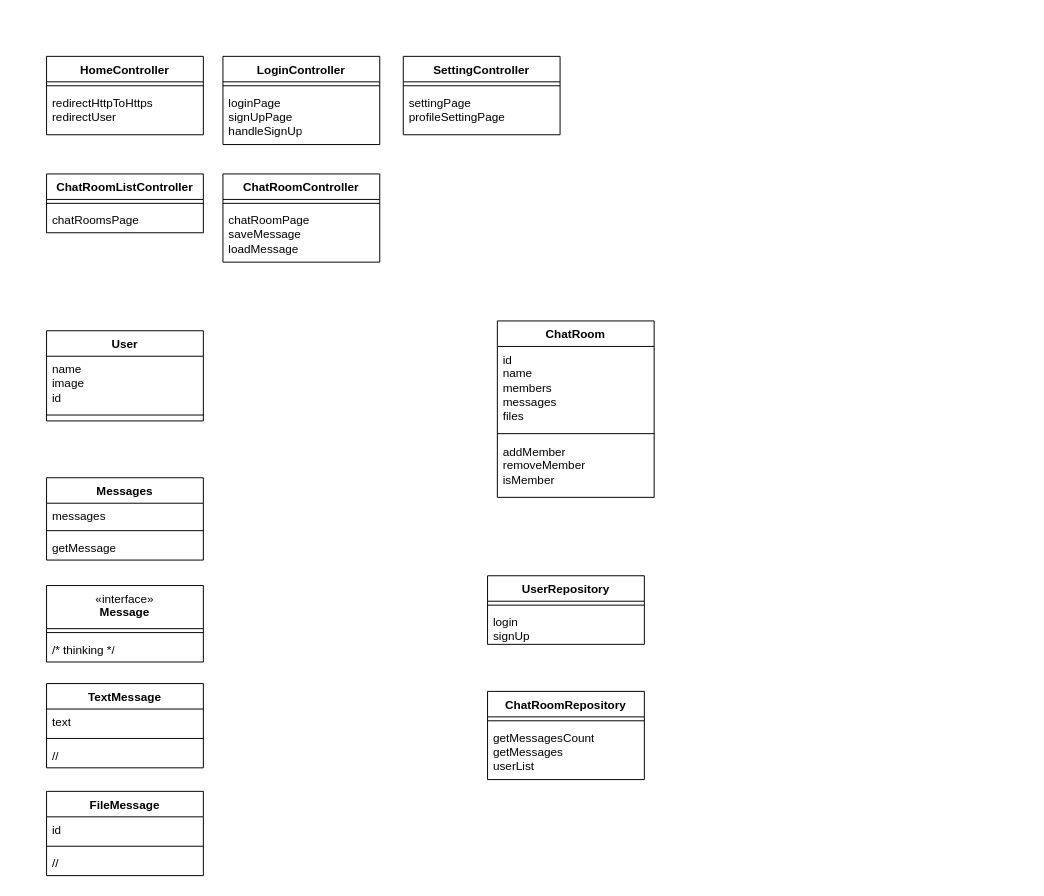
s576air/webchat keeps this draw.io diagram as design/diagram.drawio. Above is the earlier version. Source tidied: cells renumbered, new cells numbered last; positions are measured from the earlier drawing's top-left corner, leaving out a move shared by most shapes. Both pictures are drawn from the tidied source at 98%, with x=0, y=0 at pixel (46, 56).
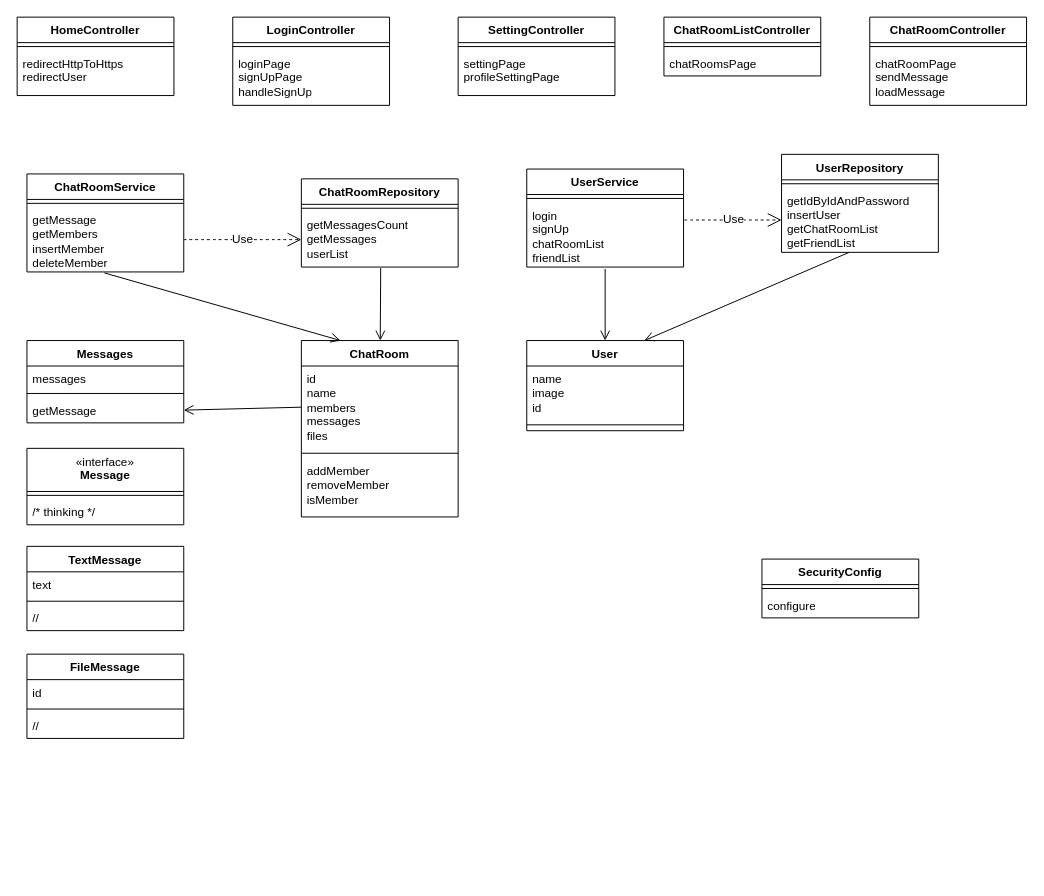
After the change.

The change refers to these unchanged cells:
```xml
<mxCell id="21" value="id&lt;div&gt;name&lt;/div&gt;&lt;div&gt;members&lt;/div&gt;&lt;div&gt;messages&lt;/div&gt;&lt;div&gt;files&lt;/div&gt;" style="text;strokeColor=none;fillColor=none;align=left;verticalAlign=top;spacingLeft=4;spacingRight=4;overflow=hidden;points=[[0,0.5],[1,0.5]];portConstraint=eastwest;whiteSpace=wrap;html=1;" parent="20" vertex="1">
  <mxGeometry y="26" width="160" height="84" as="geometry" />
</mxCell>
<mxCell id="27" value="getMessage" style="text;strokeColor=none;fillColor=none;align=left;verticalAlign=top;spacingLeft=4;spacingRight=4;overflow=hidden;points=[[0,0.5],[1,0.5]];portConstraint=eastwest;whiteSpace=wrap;html=1;" parent="24" vertex="1">
  <mxGeometry y="58" width="160" height="26" as="geometry" />
</mxCell>
<mxCell id="44" value="&lt;div&gt;getMessagesCount&lt;/div&gt;getMessages&lt;div&gt;userList&lt;/div&gt;" style="text;strokeColor=none;fillColor=none;align=left;verticalAlign=top;spacingLeft=4;spacingRight=4;overflow=hidden;points=[[0,0.5],[1,0.5]];portConstraint=eastwest;whiteSpace=wrap;html=1;" parent="42" vertex="1">
  <mxGeometry y="34" width="160" height="56" as="geometry" />
</mxCell>
```

What changed in the source:
```diff
@@
     <mxCell id="2" value="HomeController" style="swimlane;fontStyle=1;align=center;verticalAlign=top;horizontal=1;startSize=26;whiteSpace=wrap;html=1;" parent="1" vertex="1">
-      <mxGeometry width="160" height="80" as="geometry" />
+      <mxGeometry x="-30" y="-40" width="160" height="80" as="geometry" />
     </mxCell>
@@
     <mxCell id="5" value="LoginController" style="swimlane;fontStyle=1;align=center;verticalAlign=top;horizontal=1;startSize=26;whiteSpace=wrap;html=1;" parent="1" vertex="1">
-      <mxGeometry x="180" width="160" height="90" as="geometry" />
+      <mxGeometry x="190" y="-40" width="160" height="90" as="geometry" />
     </mxCell>
@@
     <mxCell id="8" value="ChatRoomListController" style="swimlane;fontStyle=1;align=center;verticalAlign=top;horizontal=1;startSize=26;whiteSpace=wrap;html=1;" parent="1" vertex="1">
-      <mxGeometry y="120" width="160" height="60" as="geometry" />
+      <mxGeometry x="630" y="-40" width="160" height="60" as="geometry" />
     </mxCell>
@@
     <mxCell id="11" value="SettingController" style="swimlane;fontStyle=1;align=center;verticalAlign=top;horizontal=1;startSize=26;whiteSpace=wrap;html=1;" parent="1" vertex="1">
-      <mxGeometry x="364" width="160" height="80" as="geometry" />
+      <mxGeometry x="420" y="-40" width="160" height="80" as="geometry" />
     </mxCell>
@@
     <mxCell id="14" value="ChatRoomController" style="swimlane;fontStyle=1;align=center;verticalAlign=top;horizontal=1;startSize=26;whiteSpace=wrap;html=1;" parent="1" vertex="1">
-      <mxGeometry x="180" y="120" width="160" height="90" as="geometry" />
+      <mxGeometry x="840" y="-40" width="160" height="90" as="geometry" />
     </mxCell>
@@
-    <mxCell id="16" value="chatRoomPage&lt;div&gt;saveMessage&lt;div&gt;loadMessage&lt;/div&gt;&lt;/div&gt;" style="text;strokeColor=none;fillColor=none;align=left;verticalAlign=top;spacingLeft=4;spacingRight=4;overflow=hidden;whiteSpace=wrap;html=1;" parent="14" vertex="1">
+    <mxCell id="16" value="chatRoomPage&lt;div&gt;sendMessage&lt;div&gt;loadMessage&lt;/div&gt;&lt;/div&gt;" style="text;strokeColor=none;fillColor=none;align=left;verticalAlign=top;spacingLeft=4;spacingRight=4;overflow=hidden;whiteSpace=wrap;html=1;" parent="14" vertex="1">
       <mxGeometry y="34" width="160" height="56" as="geometry" />
     </mxCell>
     <mxCell id="17" value="User" style="swimlane;fontStyle=1;align=center;verticalAlign=top;horizontal=1;startSize=26;whiteSpace=wrap;html=1;" parent="1" vertex="1">
-      <mxGeometry y="280" width="160" height="92" as="geometry" />
+      <mxGeometry x="490" y="290" width="160" height="92" as="geometry" />
     </mxCell>
@@
     <mxCell id="20" value="ChatRoom" style="swimlane;fontStyle=1;align=center;verticalAlign=top;horizontal=1;startSize=26;whiteSpace=wrap;html=1;" parent="1" vertex="1">
-      <mxGeometry x="460" y="270" width="160" height="180" as="geometry" />
+      <mxGeometry x="260" y="290" width="160" height="180" as="geometry" />
     </mxCell>
@@
     <mxCell id="24" value="Messages" style="swimlane;fontStyle=1;align=center;verticalAlign=top;horizontal=1;startSize=26;whiteSpace=wrap;html=1;" parent="1" vertex="1">
-      <mxGeometry y="430" width="160" height="84" as="geometry" />
+      <mxGeometry x="-20" y="290" width="160" height="84" as="geometry" />
     </mxCell>
@@
     <mxCell id="28" value="&lt;div&gt;&lt;span style=&quot;font-weight: 400;&quot;&gt;«interface»&lt;/span&gt;&lt;br&gt;&lt;/div&gt;Message" style="swimlane;fontStyle=1;align=center;verticalAlign=top;horizontal=1;startSize=44;whiteSpace=wrap;html=1;" parent="1" vertex="1">
-      <mxGeometry y="540" width="160" height="78" as="geometry" />
+      <mxGeometry x="-20" y="400" width="160" height="78" as="geometry" />
     </mxCell>
@@
     <mxCell id="31" value="TextMessage" style="swimlane;fontStyle=1;align=center;verticalAlign=top;horizontal=1;startSize=26;whiteSpace=wrap;html=1;" parent="1" vertex="1">
-      <mxGeometry y="640" width="160" height="86" as="geometry" />
+      <mxGeometry x="-20" y="500" width="160" height="86" as="geometry" />
     </mxCell>
@@
     <mxCell id="35" value="FileMessage" style="swimlane;fontStyle=1;align=center;verticalAlign=top;horizontal=1;startSize=26;whiteSpace=wrap;html=1;" parent="1" vertex="1">
-      <mxGeometry y="750" width="160" height="86" as="geometry" />
+      <mxGeometry x="-20" y="610" width="160" height="86" as="geometry" />
     </mxCell>
@@
     <mxCell id="39" value="UserRepository" style="swimlane;fontStyle=1;align=center;verticalAlign=top;horizontal=1;startSize=26;whiteSpace=wrap;html=1;" parent="1" vertex="1">
-      <mxGeometry x="450" y="530" width="160" height="70" as="geometry" />
+      <mxGeometry x="750" y="100" width="160" height="100" as="geometry" />
     </mxCell>
@@
-    <mxCell id="41" value="login&lt;div&gt;signUp&lt;/div&gt;" style="text;strokeColor=none;fillColor=none;align=left;verticalAlign=top;spacingLeft=4;spacingRight=4;overflow=hidden;points=[[0,0.5],[1,0.5]];portConstraint=eastwest;whiteSpace=wrap;html=1;" parent="39" vertex="1">
-      <mxGeometry y="34" width="160" height="36" as="geometry" />
+    <mxCell id="41" value="&lt;div&gt;getIdByIdAndPassword&lt;/div&gt;&lt;div&gt;insertUser&lt;/div&gt;&lt;div&gt;getChatRoomList&lt;/div&gt;&lt;div&gt;getFriendList&lt;/div&gt;" style="text;strokeColor=none;fillColor=none;align=left;verticalAlign=top;spacingLeft=4;spacingRight=4;overflow=hidden;points=[[0,0.5],[1,0.5]];portConstraint=eastwest;whiteSpace=wrap;html=1;" parent="39" vertex="1">
+      <mxGeometry y="34" width="160" height="66" as="geometry" />
     </mxCell>
     <mxCell id="42" value="ChatRoomRepository" style="swimlane;fontStyle=1;align=center;verticalAlign=top;horizontal=1;startSize=26;whiteSpace=wrap;html=1;" parent="1" vertex="1">
-      <mxGeometry x="450" y="648" width="160" height="90" as="geometry" />
+      <mxGeometry x="260" y="125" width="160" height="90" as="geometry" />
     </mxCell>
@@
+    <mxCell id="45" value="UserService" style="swimlane;fontStyle=1;align=center;verticalAlign=top;horizontal=1;startSize=26;whiteSpace=wrap;html=1;" parent="1" vertex="1">
+      <mxGeometry x="490" y="115" width="160" height="100" as="geometry" />
+    </mxCell>
+    <mxCell id="46" style="line;strokeWidth=1;fillColor=none;align=left;verticalAlign=middle;spacingTop=-1;spacingLeft=3;spacingRight=3;labelPosition=right;strokeColor=inherit;" parent="45" vertex="1">
+      <mxGeometry y="26" width="160" height="8" as="geometry" />
+    </mxCell>
+    <mxCell id="47" value="login&lt;div&gt;signUp&lt;/div&gt;&lt;div&gt;chatRoomList&lt;/div&gt;&lt;div&gt;friendList&lt;/div&gt;" style="text;strokeColor=none;fillColor=none;align=left;verticalAlign=top;spacingLeft=4;spacingRight=4;overflow=hidden;points=[[0,0.5],[1,0.5]];portConstraint=eastwest;whiteSpace=wrap;html=1;" parent="45" vertex="1">
+      <mxGeometry y="34" width="160" height="66" as="geometry" />
+    </mxCell>
+    <mxCell id="48" value="ChatRoomService" style="swimlane;fontStyle=1;align=center;verticalAlign=top;horizontal=1;startSize=26;whiteSpace=wrap;html=1;" parent="1" vertex="1">
+      <mxGeometry x="-20" y="120" width="160" height="100" as="geometry" />
+    </mxCell>
+    <mxCell id="49" style="line;strokeWidth=1;fillColor=none;align=left;verticalAlign=middle;spacingTop=-1;spacingLeft=3;spacingRight=3;labelPosition=right;strokeColor=inherit;" parent="48" vertex="1">
+      <mxGeometry y="26" width="160" height="8" as="geometry" />
+    </mxCell>
+    <mxCell id="50" value="getMessage&lt;div&gt;getMembers&lt;/div&gt;&lt;div&gt;insertMember&lt;/div&gt;&lt;div&gt;deleteMember&lt;/div&gt;" style="text;strokeColor=none;fillColor=none;align=left;verticalAlign=top;spacingLeft=4;spacingRight=4;overflow=hidden;points=[[0,0.5],[1,0.5]];portConstraint=eastwest;whiteSpace=wrap;html=1;" parent="48" vertex="1">
+      <mxGeometry y="34" width="160" height="66" as="geometry" />
+    </mxCell>
+    <mxCell id="51" value="SecurityConfig" style="swimlane;fontStyle=1;align=center;verticalAlign=top;horizontal=1;startSize=26;whiteSpace=wrap;html=1;" parent="1" vertex="1">
+      <mxGeometry x="730" y="513" width="160" height="60" as="geometry" />
+    </mxCell>
+    <mxCell id="52" style="line;strokeWidth=1;fillColor=none;align=left;verticalAlign=middle;spacingTop=-1;spacingLeft=3;spacingRight=3;labelPosition=right;strokeColor=inherit;" parent="51" vertex="1">
+      <mxGeometry y="26" width="160" height="8" as="geometry" />
+    </mxCell>
+    <mxCell id="53" value="configure" style="text;strokeColor=none;fillColor=none;align=left;verticalAlign=top;spacingLeft=4;spacingRight=4;overflow=hidden;whiteSpace=wrap;html=1;" parent="51" vertex="1">
+      <mxGeometry y="34" width="160" height="26" as="geometry" />
+    </mxCell>
+    <mxCell id="54" value="Use" style="endArrow=open;endSize=12;dashed=1;html=1;rounded=0;fontSize=12;curved=1;exitX=1.006;exitY=0.273;exitDx=0;exitDy=0;exitPerimeter=0;entryX=0;entryY=0.5;entryDx=0;entryDy=0;" parent="1" edge="1" source="47" target="41">
+      <mxGeometry relative="1" as="geometry" />
+    </mxCell>
+    <mxCell id="55" value="Use" style="endArrow=open;endSize=12;dashed=1;html=1;rounded=0;fontSize=12;curved=1;exitX=1;exitY=0.5;exitDx=0;exitDy=0;entryX=0;entryY=0.5;entryDx=0;entryDy=0;" parent="1" edge="1" source="50" target="44">
+      <mxGeometry relative="1" as="geometry" />
+    </mxCell>
+    <mxCell id="56" style="endArrow=open;startArrow=none;endFill=0;startFill=0;endSize=8;html=1;verticalAlign=bottom;labelBackgroundColor=none;strokeWidth=1;rounded=0;entryX=0.25;entryY=0;entryDx=0;entryDy=0;exitX=0.494;exitY=1.015;exitDx=0;exitDy=0;exitPerimeter=0;" parent="1" edge="1" source="50" target="20">
+      <mxGeometry relative="1" as="geometry" />
+    </mxCell>
+    <mxCell id="57" style="endArrow=open;startArrow=none;endFill=0;startFill=0;endSize=8;html=1;verticalAlign=bottom;labelBackgroundColor=none;strokeWidth=1;rounded=0;entryX=0.5;entryY=0;entryDx=0;entryDy=0;exitX=0.5;exitY=1.03;exitDx=0;exitDy=0;exitPerimeter=0;" parent="1" edge="1" source="47" target="17">
+      <mxGeometry relative="1" as="geometry" />
+    </mxCell>
+    <mxCell id="58" style="endArrow=open;startArrow=none;endFill=0;startFill=0;endSize=8;html=1;verticalAlign=bottom;labelBackgroundColor=none;strokeWidth=1;rounded=0;exitX=0.506;exitY=1.018;exitDx=0;exitDy=0;exitPerimeter=0;" parent="1" edge="1" source="44" target="20">
+      <mxGeometry relative="1" as="geometry" />
+    </mxCell>
+    <mxCell id="59" style="endArrow=open;startArrow=none;endFill=0;startFill=0;endSize=8;html=1;verticalAlign=bottom;labelBackgroundColor=none;strokeWidth=1;rounded=0;entryX=0.75;entryY=0;entryDx=0;entryDy=0;exitX=0.431;exitY=1;exitDx=0;exitDy=0;exitPerimeter=0;" parent="1" edge="1" source="41" target="17">
+      <mxGeometry relative="1" as="geometry" />
+    </mxCell>
+    <mxCell id="60" style="endArrow=open;startArrow=none;endFill=0;startFill=0;endSize=8;html=1;verticalAlign=bottom;labelBackgroundColor=none;strokeWidth=1;rounded=0;exitX=0;exitY=0.5;exitDx=0;exitDy=0;entryX=1;entryY=0.5;entryDx=0;entryDy=0;" parent="1" edge="1" source="21" target="27">
+      <mxGeometry relative="1" as="geometry" />
+    </mxCell>
```
